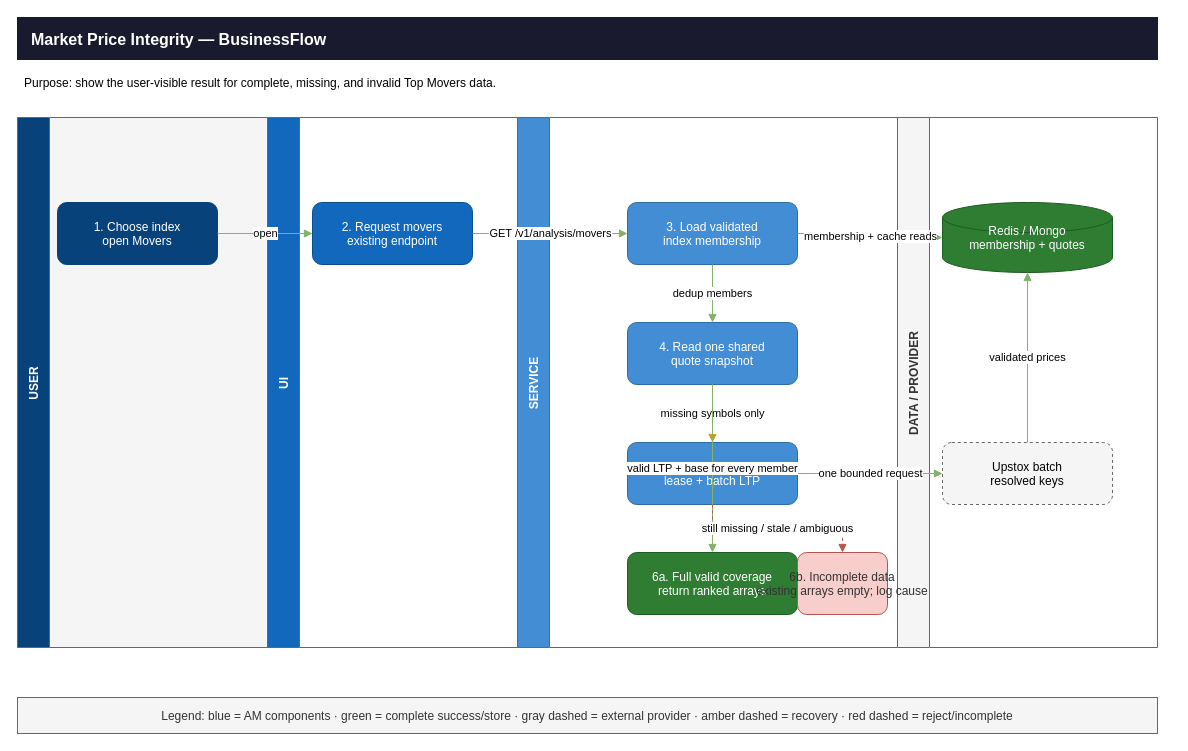
Earlier version of the draw.io diagram page "BusinessFlow" (2 of 5) of docs/market-price-integrity/architecture.drawio (AM-Portfolio/am-market). Source tidied: cells renumbered, new cells numbered last; positions are measured from the earlier drawing's top-left corner, leaving out a move shared by most shapes. Both pictures are drawn from the tidied source at 100%, with x=0, y=0 at pixel (17, 17).
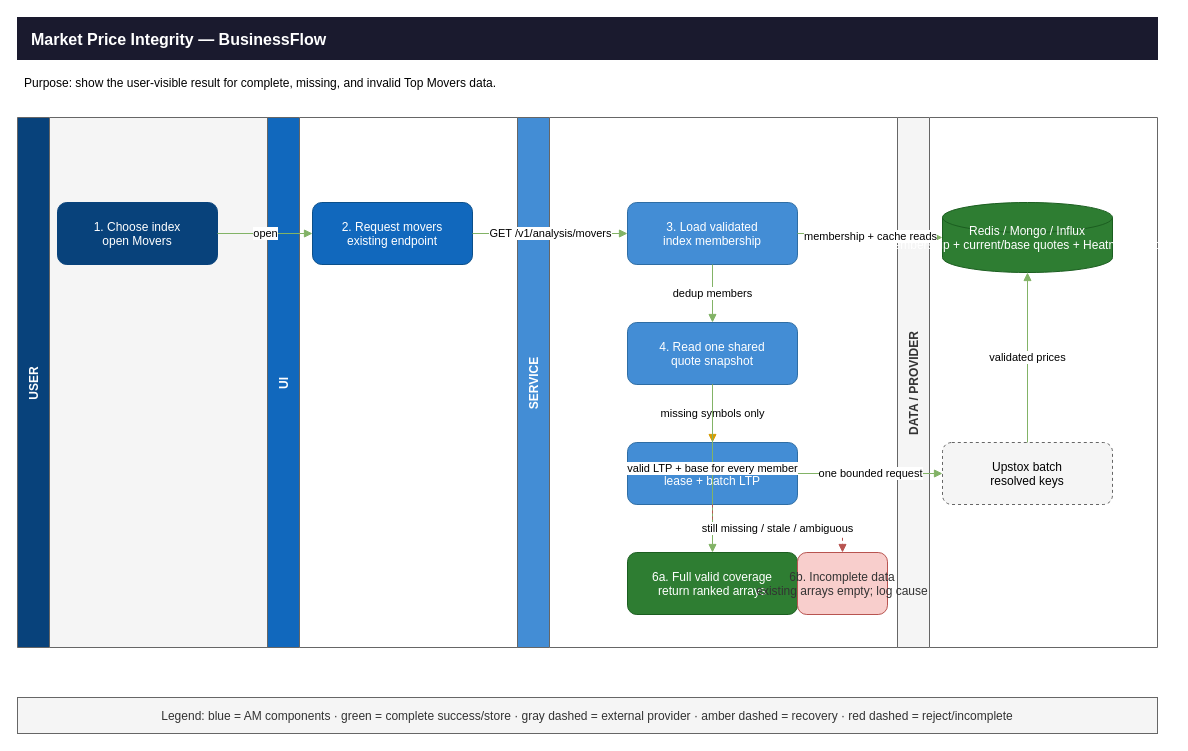
The same diagram, later.

The edit, as a diff of the source:
```diff
@@
-    <mxCell id="15" value="Redis / Mongo&#10;membership + quotes" style="shape=cylinder3;fillColor=#2E7D32;strokeColor=#1B5E20;fontColor=#FFFFFF;" parent="1" vertex="1">
+    <mxCell id="15" value="Redis / Mongo / Influx&#10;membership + current/base quotes + Heatmap history" style="shape=cylinder3;fillColor=#2E7D32;strokeColor=#1B5E20;fontColor=#FFFFFF;" parent="1" vertex="1">
       <mxGeometry x="925" y="185" width="170" height="70" as="geometry" />
     </mxCell>
```
